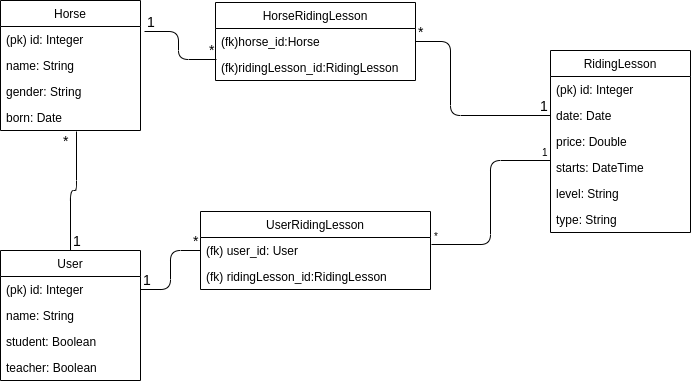
millakortelainen/horseApp keeps this draw.io diagram as documentation/pics/horseApp.png. Above is the earlier version. Source tidied: cells renumbered, new cells last; positions are measured from the earlier drawing's top-left corner, leaving out a move shared by most shapes. The source it was exported from:
```xml
<mxGraphModel>
  <root>
    <mxCell id="0" />
    <mxCell id="1" parent="0" />
    <mxCell id="2" value="Horse" style="swimlane;fontStyle=0;horizontal=1;startSize=26;fillColor=none;" parent="1" vertex="1">
      <mxGeometry width="140" height="130" as="geometry" />
    </mxCell>
    <mxCell id="3" value="(pk) id: Integer" style="text;strokeColor=none;fillColor=none;align=left;verticalAlign=top;spacingLeft=4;spacingRight=4;overflow=hidden;points=[[0,0.5],[1,0.5]];portConstraint=eastwest;" parent="2" vertex="1">
      <mxGeometry y="26" width="140" height="26" as="geometry" />
    </mxCell>
    <mxCell id="4" value="name: String" style="text;strokeColor=none;fillColor=none;align=left;verticalAlign=top;spacingLeft=4;spacingRight=4;overflow=hidden;" parent="2" vertex="1">
      <mxGeometry y="52" width="140" height="26" as="geometry" />
    </mxCell>
    <mxCell id="5" value="gender: String" style="text;strokeColor=none;fillColor=none;align=left;verticalAlign=top;spacingLeft=4;spacingRight=4;overflow=hidden;" parent="2" vertex="1">
      <mxGeometry y="78" width="140" height="26" as="geometry" />
    </mxCell>
    <mxCell id="6" value="born: Date" style="text;strokeColor=none;fillColor=none;align=left;verticalAlign=top;spacingLeft=4;spacingRight=4;overflow=hidden;points=[[0,0.5],[1,0.5]];portConstraint=eastwest;" parent="2" vertex="1">
      <mxGeometry y="104" width="140" height="26" as="geometry" />
    </mxCell>
    <mxCell id="7" value="User" style="swimlane;fontStyle=0;horizontal=1;startSize=26;fillColor=none;" parent="1" vertex="1">
      <mxGeometry y="250" width="140" height="130" as="geometry" />
    </mxCell>
    <mxCell id="8" value="(pk) id: Integer" style="text;strokeColor=none;fillColor=none;align=left;verticalAlign=top;spacingLeft=4;spacingRight=4;overflow=hidden;points=[[0,0.5],[1,0.5]];portConstraint=eastwest;" parent="7" vertex="1">
      <mxGeometry y="26" width="140" height="26" as="geometry" />
    </mxCell>
    <mxCell id="9" value="name: String" style="text;strokeColor=none;fillColor=none;align=left;verticalAlign=top;spacingLeft=4;spacingRight=4;overflow=hidden;" parent="7" vertex="1">
      <mxGeometry y="52" width="140" height="26" as="geometry" />
    </mxCell>
    <mxCell id="10" value="student: Boolean" style="text;strokeColor=none;fillColor=none;align=left;verticalAlign=top;spacingLeft=4;spacingRight=4;overflow=hidden;" parent="7" vertex="1">
      <mxGeometry y="78" width="140" height="26" as="geometry" />
    </mxCell>
    <mxCell id="11" value="teacher: Boolean" style="text;strokeColor=none;fillColor=none;align=left;verticalAlign=top;spacingLeft=4;spacingRight=4;overflow=hidden;" parent="7" vertex="1">
      <mxGeometry y="104" width="140" height="26" as="geometry" />
    </mxCell>
    <mxCell id="12" value="RidingLesson" style="swimlane;fontStyle=0;horizontal=1;startSize=26;fillColor=none;" parent="1" vertex="1">
      <mxGeometry x="550" y="50" width="140" height="182" as="geometry" />
    </mxCell>
    <mxCell id="13" value="(pk) id: Integer" style="text;strokeColor=none;fillColor=none;align=left;verticalAlign=top;spacingLeft=4;spacingRight=4;overflow=hidden;" parent="12" vertex="1">
      <mxGeometry y="26" width="140" height="26" as="geometry" />
    </mxCell>
    <mxCell id="14" value="date: Date" style="text;strokeColor=none;fillColor=none;align=left;verticalAlign=top;spacingLeft=4;spacingRight=4;overflow=hidden;points=[[0,0.5],[1,0.5]];portConstraint=eastwest;" parent="12" vertex="1">
      <mxGeometry y="52" width="140" height="26" as="geometry" />
    </mxCell>
    <mxCell id="15" value="price: Double" style="text;strokeColor=none;fillColor=none;align=left;verticalAlign=top;spacingLeft=4;spacingRight=4;overflow=hidden;" parent="12" vertex="1">
      <mxGeometry y="78" width="140" height="26" as="geometry" />
    </mxCell>
    <mxCell id="16" value="starts: DateTime" style="text;strokeColor=none;fillColor=none;align=left;verticalAlign=top;spacingLeft=4;spacingRight=4;overflow=hidden;points=[[0,0.5],[1,0.5]];portConstraint=eastwest;" parent="12" vertex="1">
      <mxGeometry y="104" width="140" height="26" as="geometry" />
    </mxCell>
    <mxCell id="17" value="level: String" style="text;strokeColor=none;fillColor=none;align=left;verticalAlign=top;spacingLeft=4;spacingRight=4;overflow=hidden;" parent="12" vertex="1">
      <mxGeometry y="130" width="140" height="26" as="geometry" />
    </mxCell>
    <mxCell id="18" value="type: String" style="text;strokeColor=none;fillColor=none;align=left;verticalAlign=top;spacingLeft=4;spacingRight=4;overflow=hidden;" parent="12" vertex="1">
      <mxGeometry y="156" width="140" height="26" as="geometry" />
    </mxCell>
    <mxCell id="19" style="endArrow=none;html=1;edgeStyle=orthogonalEdgeStyle;entryX=0;entryY=0.5;entryDx=0;entryDy=0;exitX=1;exitY=0.5;exitDx=0;exitDy=0;" parent="1" edge="1" source="8" target="26">
      <mxGeometry relative="1" as="geometry" />
    </mxCell>
    <mxCell id="20" value="&lt;font style=&quot;font-size: 14px&quot;&gt;1&lt;/font&gt;" style="html=1;align=left;verticalAlign=bottom;labelBackgroundColor=#ffffff;fontSize=10;" parent="19" vertex="1">
      <mxGeometry x="-1" relative="1" as="geometry" />
    </mxCell>
    <mxCell id="21" value="&lt;font style=&quot;font-size: 14px&quot;&gt;*&lt;/font&gt;" style="html=1;align=right;verticalAlign=bottom;labelBackgroundColor=#ffffff;fontSize=10;" parent="19" vertex="1">
      <mxGeometry x="1" relative="1" as="geometry" />
    </mxCell>
    <mxCell id="22" style="endArrow=none;html=1;edgeStyle=orthogonalEdgeStyle;exitX=1.029;exitY=0.192;exitDx=0;exitDy=0;exitPerimeter=0;entryX=0.005;entryY=0.192;entryDx=0;entryDy=0;entryPerimeter=0;" parent="1" edge="1" source="3" target="30">
      <mxGeometry relative="1" as="geometry" />
    </mxCell>
    <mxCell id="23" value="&lt;font style=&quot;font-size: 14px&quot;&gt;1&lt;/font&gt;" style="html=1;align=left;verticalAlign=bottom;labelBackgroundColor=#ffffff;fontSize=10;" parent="22" vertex="1">
      <mxGeometry x="-1" relative="1" as="geometry" />
    </mxCell>
    <mxCell id="24" value="&lt;font style=&quot;font-size: 14px&quot;&gt;*&lt;/font&gt;" style="html=1;align=right;verticalAlign=bottom;labelBackgroundColor=#ffffff;fontSize=10;" parent="22" vertex="1">
      <mxGeometry x="1" relative="1" as="geometry" />
    </mxCell>
    <mxCell id="25" value="UserRidingLesson" style="swimlane;fontStyle=0;horizontal=1;startSize=26;fillColor=none;" parent="1" vertex="1">
      <mxGeometry x="200" y="211" width="230" height="78" as="geometry" />
    </mxCell>
    <mxCell id="26" value="(fk) user_id: User" style="text;strokeColor=none;fillColor=none;align=left;verticalAlign=top;spacingLeft=4;spacingRight=4;overflow=hidden;points=[[0,0.5],[1,0.5]];portConstraint=eastwest;" parent="25" vertex="1">
      <mxGeometry y="26" width="230" height="26" as="geometry" />
    </mxCell>
    <mxCell id="27" value="(fk) ridingLesson_id:RidingLesson" style="text;strokeColor=none;fillColor=none;align=left;verticalAlign=top;spacingLeft=4;spacingRight=4;overflow=hidden;" parent="25" vertex="1">
      <mxGeometry y="52" width="230" height="26" as="geometry" />
    </mxCell>
    <mxCell id="28" value="HorseRidingLesson" style="swimlane;fontStyle=0;horizontal=1;startSize=26;fillColor=none;" parent="1" vertex="1">
      <mxGeometry x="215" y="2" width="200" height="78" as="geometry" />
    </mxCell>
    <mxCell id="29" value="(fk)horse_id:Horse" style="text;strokeColor=none;fillColor=none;align=left;verticalAlign=top;spacingLeft=4;spacingRight=4;overflow=hidden;" parent="28" vertex="1">
      <mxGeometry y="26" width="200" height="26" as="geometry" />
    </mxCell>
    <mxCell id="30" value="(fk)ridingLesson_id:RidingLesson" style="text;strokeColor=none;fillColor=none;align=left;verticalAlign=top;spacingLeft=4;spacingRight=4;overflow=hidden;points=[[0,0.5],[1,0.5]];portConstraint=eastwest;" parent="28" vertex="1">
      <mxGeometry y="52" width="200" height="26" as="geometry" />
    </mxCell>
    <mxCell id="31" style="endArrow=none;html=1;edgeStyle=orthogonalEdgeStyle;entryX=0;entryY=0.5;entryDx=0;entryDy=0;" parent="1" edge="1" target="14">
      <mxGeometry relative="1" as="geometry">
        <mxPoint x="415" y="40.5" as="sourcePoint" />
        <Array as="points">
          <mxPoint x="450" y="41" />
          <mxPoint x="450" y="115" />
        </Array>
      </mxGeometry>
    </mxCell>
    <mxCell id="32" value="&lt;font style=&quot;font-size: 14px&quot;&gt;*&lt;/font&gt;" style="html=1;align=left;verticalAlign=bottom;labelBackgroundColor=#ffffff;fontSize=10;" parent="31" vertex="1">
      <mxGeometry x="-1" relative="1" as="geometry" />
    </mxCell>
    <mxCell id="33" value="&lt;font style=&quot;font-size: 14px&quot;&gt;1&lt;/font&gt;" style="html=1;align=right;verticalAlign=bottom;labelBackgroundColor=#ffffff;fontSize=10;" parent="31" vertex="1">
      <mxGeometry x="1" relative="1" as="geometry" />
    </mxCell>
    <mxCell id="34" style="endArrow=none;html=1;edgeStyle=orthogonalEdgeStyle;entryX=0;entryY=0.231;entryDx=0;entryDy=0;entryPerimeter=0;exitX=1.004;exitY=0.269;exitDx=0;exitDy=0;exitPerimeter=0;" parent="1" edge="1" source="26" target="16">
      <mxGeometry relative="1" as="geometry" />
    </mxCell>
    <mxCell id="35" value="*" style="html=1;align=left;verticalAlign=bottom;labelBackgroundColor=#ffffff;fontSize=10;" parent="34" vertex="1">
      <mxGeometry x="-1" relative="1" as="geometry" />
    </mxCell>
    <mxCell id="36" value="1" style="html=1;align=right;verticalAlign=bottom;labelBackgroundColor=#ffffff;fontSize=10;" parent="34" vertex="1">
      <mxGeometry x="1" relative="1" as="geometry" />
    </mxCell>
    <mxCell id="37" style="endArrow=none;html=1;edgeStyle=orthogonalEdgeStyle;entryX=0.543;entryY=1.038;entryDx=0;entryDy=0;entryPerimeter=0;" parent="1" edge="1" source="7" target="6">
      <mxGeometry relative="1" as="geometry" />
    </mxCell>
    <mxCell id="38" value="&lt;font style=&quot;font-size: 14px&quot;&gt;1&lt;/font&gt;" style="html=1;align=left;verticalAlign=bottom;labelBackgroundColor=#ffffff;fontSize=10;" parent="37" vertex="1">
      <mxGeometry x="-1" relative="1" as="geometry" />
    </mxCell>
    <mxCell id="39" value="&lt;font style=&quot;font-size: 14px&quot;&gt;*&lt;/font&gt;" style="html=1;align=right;verticalAlign=bottom;labelBackgroundColor=#ffffff;fontSize=10;" parent="37" vertex="1">
      <mxGeometry x="1" relative="1" as="geometry">
        <mxPoint x="-6" y="19" as="offset" />
      </mxGeometry>
    </mxCell>
  </root>
</mxGraphModel>
```
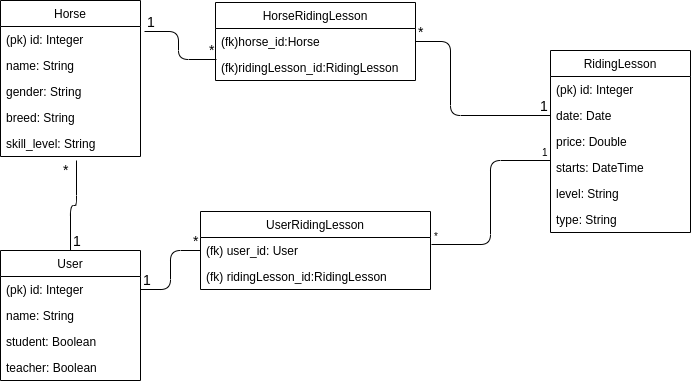
The same diagram one commit later.

What changed in the source:
```diff
@@ -3,7 +3,7 @@
     <mxCell id="0" />
     <mxCell id="1" parent="0" />
     <mxCell id="2" value="Horse" style="swimlane;fontStyle=0;horizontal=1;startSize=26;fillColor=none;" parent="1" vertex="1">
-      <mxGeometry width="140" height="130" as="geometry" />
+      <mxGeometry width="140" height="156" as="geometry" />
     </mxCell>
     <mxCell id="3" value="(pk) id: Integer" style="text;strokeColor=none;fillColor=none;align=left;verticalAlign=top;spacingLeft=4;spacingRight=4;overflow=hidden;points=[[0,0.5],[1,0.5]];portConstraint=eastwest;" parent="2" vertex="1">
       <mxGeometry y="26" width="140" height="26" as="geometry" />
@@ -14,9 +14,12 @@
     <mxCell id="5" value="gender: String" style="text;strokeColor=none;fillColor=none;align=left;verticalAlign=top;spacingLeft=4;spacingRight=4;overflow=hidden;" parent="2" vertex="1">
       <mxGeometry y="78" width="140" height="26" as="geometry" />
     </mxCell>
-    <mxCell id="6" value="born: Date" style="text;strokeColor=none;fillColor=none;align=left;verticalAlign=top;spacingLeft=4;spacingRight=4;overflow=hidden;points=[[0,0.5],[1,0.5]];portConstraint=eastwest;" parent="2" vertex="1">
+    <mxCell id="6" value="breed: String" style="text;strokeColor=none;fillColor=none;align=left;verticalAlign=top;spacingLeft=4;spacingRight=4;overflow=hidden;points=[[0,0.5],[1,0.5]];portConstraint=eastwest;" parent="2" vertex="1">
       <mxGeometry y="104" width="140" height="26" as="geometry" />
     </mxCell>
+    <mxCell id="40" value="skill_level: String" style="text;strokeColor=none;fillColor=none;align=left;verticalAlign=top;spacingLeft=4;spacingRight=4;overflow=hidden;" parent="2" vertex="1">
+      <mxGeometry y="130" width="140" height="26" as="geometry" />
+    </mxCell>
     <mxCell id="7" value="User" style="swimlane;fontStyle=0;horizontal=1;startSize=26;fillColor=none;" parent="1" vertex="1">
       <mxGeometry y="250" width="140" height="130" as="geometry" />
     </mxCell>
@@ -113,8 +116,10 @@
     <mxCell id="36" value="1" style="html=1;align=right;verticalAlign=bottom;labelBackgroundColor=#ffffff;fontSize=10;" parent="34" vertex="1">
       <mxGeometry x="1" relative="1" as="geometry" />
     </mxCell>
-    <mxCell id="37" style="endArrow=none;html=1;edgeStyle=orthogonalEdgeStyle;entryX=0.543;entryY=1.038;entryDx=0;entryDy=0;entryPerimeter=0;" parent="1" edge="1" source="7" target="6">
-      <mxGeometry relative="1" as="geometry" />
+    <mxCell id="37" style="endArrow=none;html=1;edgeStyle=orthogonalEdgeStyle;" parent="1" edge="1" source="7">
+      <mxGeometry relative="1" as="geometry">
+        <mxPoint x="76" y="160" as="targetPoint" />
+      </mxGeometry>
     </mxCell>
     <mxCell id="38" value="&lt;font style=&quot;font-size: 14px&quot;&gt;1&lt;/font&gt;" style="html=1;align=left;verticalAlign=bottom;labelBackgroundColor=#ffffff;fontSize=10;" parent="37" vertex="1">
       <mxGeometry x="-1" relative="1" as="geometry" />
```
